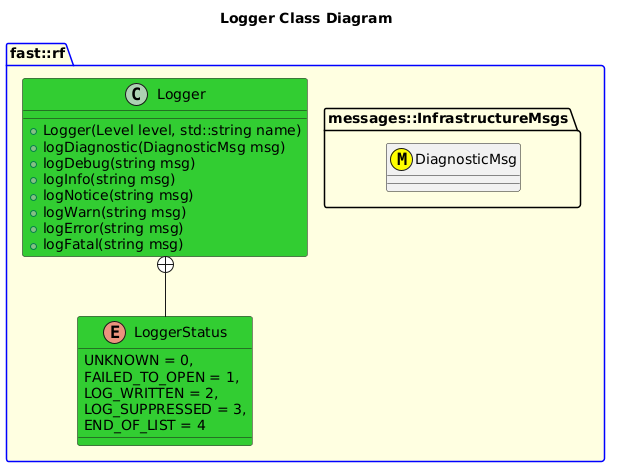
Before: include/Infrastructure/doc/puml/LoggerClassDiagram.png, a diagram exported from PlantUML (fastrobotics/robot_framework).
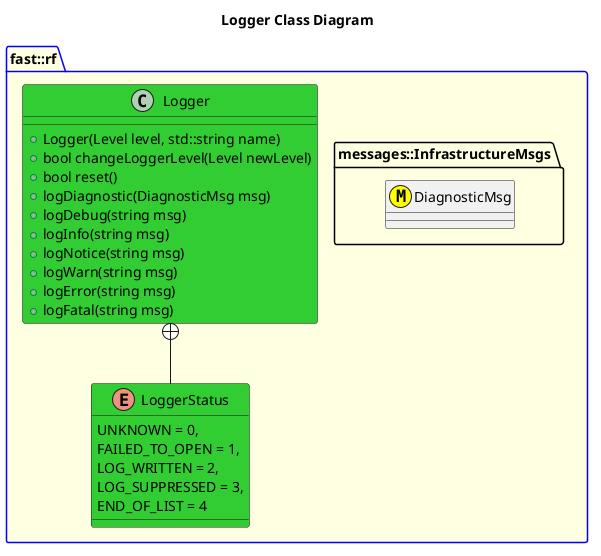
After the commit.

Diff of the diagram source:
```diff
@@ -13,6 +13,8 @@
     }
     class Logger #LimeGreen {
         +Logger(Level level, std::string name)
+        +bool changeLoggerLevel(Level newLevel)
+        +bool reset()
         +logDiagnostic(DiagnosticMsg msg)
         +logDebug(string msg)
         +logInfo(string msg)
```
